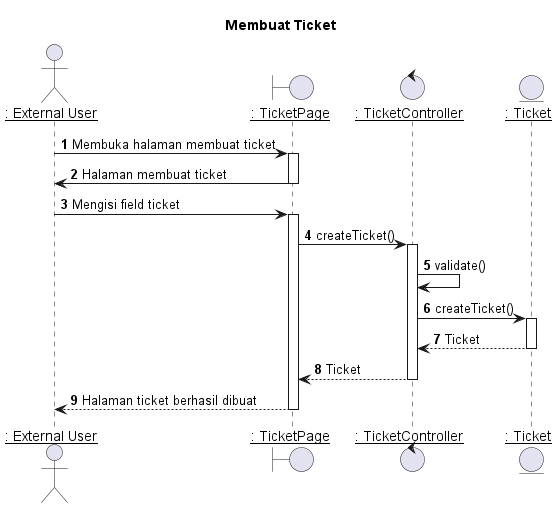
Before: out/plantuml/sequence/ex/ex3/Membuat Ticket.png, a diagram exported from PlantUML (TAS-PKL/Laporan-PKL-Ticketing).
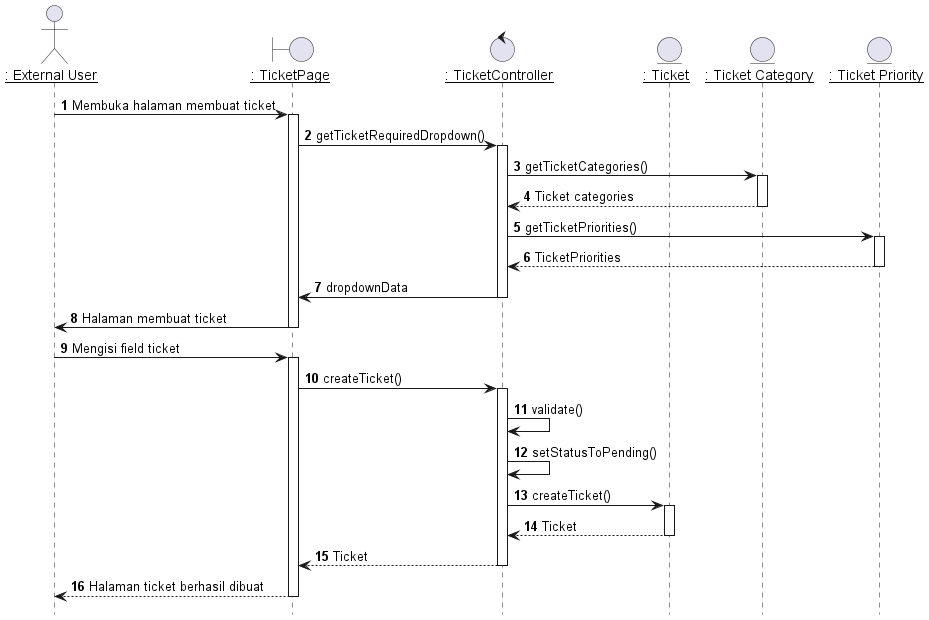
After the change.

What changed in the source:
```diff
@@ -1,15 +1,38 @@
 @startuml Membuat Ticket
 
-title "Membuat Ticket"
+hide footbox
+
 
 actor EU as "__: External User__"
 boundary TicketPage as "__: TicketPage__"
 control TicketController as "__: TicketController__"
 entity Ticket as "__: Ticket__"
+entity TicketCategories as "__: Ticket Category__"
+entity TicketPriorities as "__: Ticket Priority__"
+
 
 autonumber 1
 EU -> TicketPage: Membuka halaman membuat ticket
 activate TicketPage
+
+TicketPage -> TicketController: getTicketRequiredDropdown()
+activate TicketController
+
+TicketController -> TicketCategories: getTicketCategories()
+activate TicketCategories
+
+TicketCategories --> TicketController : Ticket categories
+deactivate TicketCategories
+
+
+TicketController -> TicketPriorities: getTicketPriorities()
+activate TicketPriorities
+
+TicketPriorities --> TicketController : TicketPriorities
+deactivate TicketPriorities
+
+TicketController -> TicketPage: dropdownData
+deactivate TicketController
 
 TicketPage -> EU: Halaman membuat ticket
 deactivate TicketPage
@@ -22,6 +45,7 @@
 activate TicketController
 
 TicketController -> TicketController: validate()
+TicketController -> TicketController: setStatusToPending()
 
 TicketController -> Ticket: createTicket()
 activate Ticket
```
